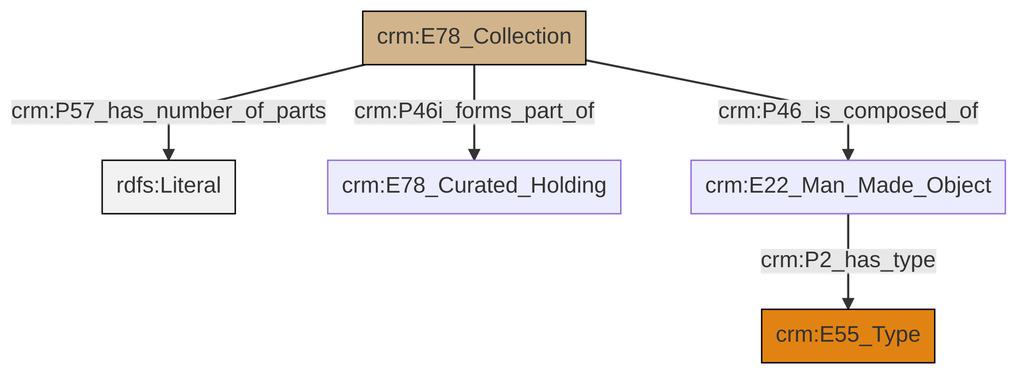
The Mermaid diagram et/archivalCSV/ttl/mmd/png/archival_parthood.png in swiss-art-research-net/docs.swissartresearch, before a commit. Its source is kept beside it as et/archivalCSV/ttl/mmd/archival_parthood.ttl.mmd.
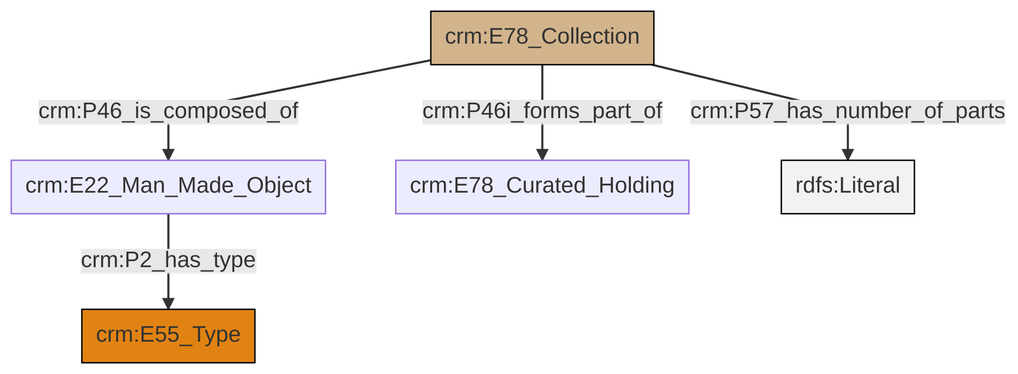
The same file after the commit.

What changed in the source:
```diff
@@ -13,7 +13,7 @@
 classDef PC_Classes fill:#4ce600, stroke:#000000;
 classDef Multi fill:#cccccc,stroke:#000000;
 
-2["crm:E78_Collection"]:::Physical_Thing -->|crm:P57_has_number_of_parts| 3[rdfs:Literal]:::Literal
-6["crm:E22_Man_Made_Object"]:::Default -->|crm:P2_has_type| 0["crm:E55_Type"]:::Type
-2["crm:E78_Collection"]:::Physical_Thing -->|crm:P46_is_composed_of| 6["crm:E22_Man_Made_Object"]:::Default
-2["crm:E78_Collection"]:::Physical_Thing -->|crm:P46i_forms_part_of| 4["crm:E78_Curated_Holding"]:::Default
+2["crm:E78_Collection"]:::Physical_Thing -->|crm:P46_is_composed_of| 0["crm:E22_Man_Made_Object"]:::Default
+0["crm:E22_Man_Made_Object"]:::Default -->|crm:P2_has_type| 5["crm:E55_Type"]:::Type
+2["crm:E78_Collection"]:::Physical_Thing -->|crm:P57_has_number_of_parts| 6[rdfs:Literal]:::Literal
+2["crm:E78_Collection"]:::Physical_Thing -->|crm:P46i_forms_part_of| 3["crm:E78_Curated_Holding"]:::Default
```
